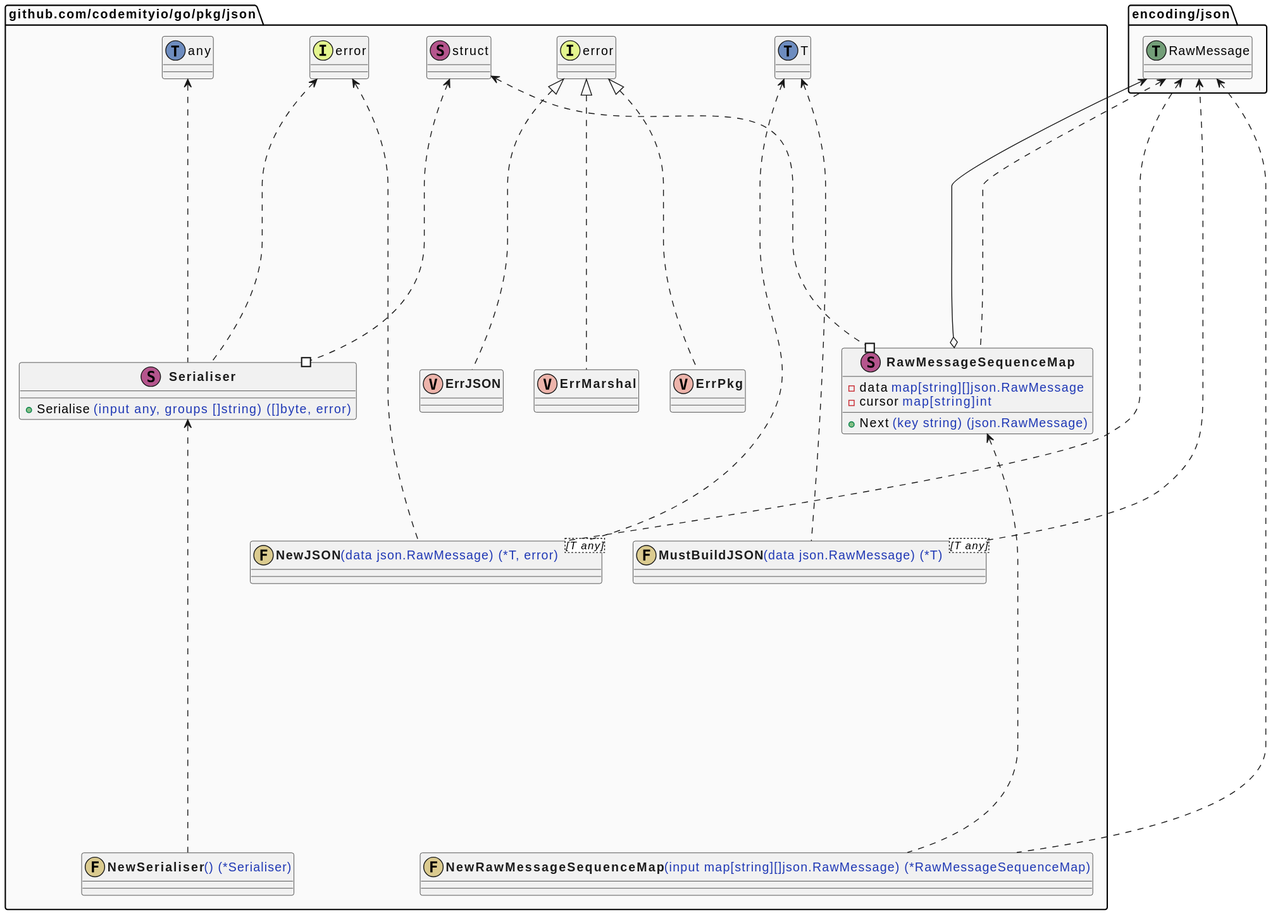
This is pkg/json/graph.svg from codemityio/go, a PlantUML export, as it was before one commit.
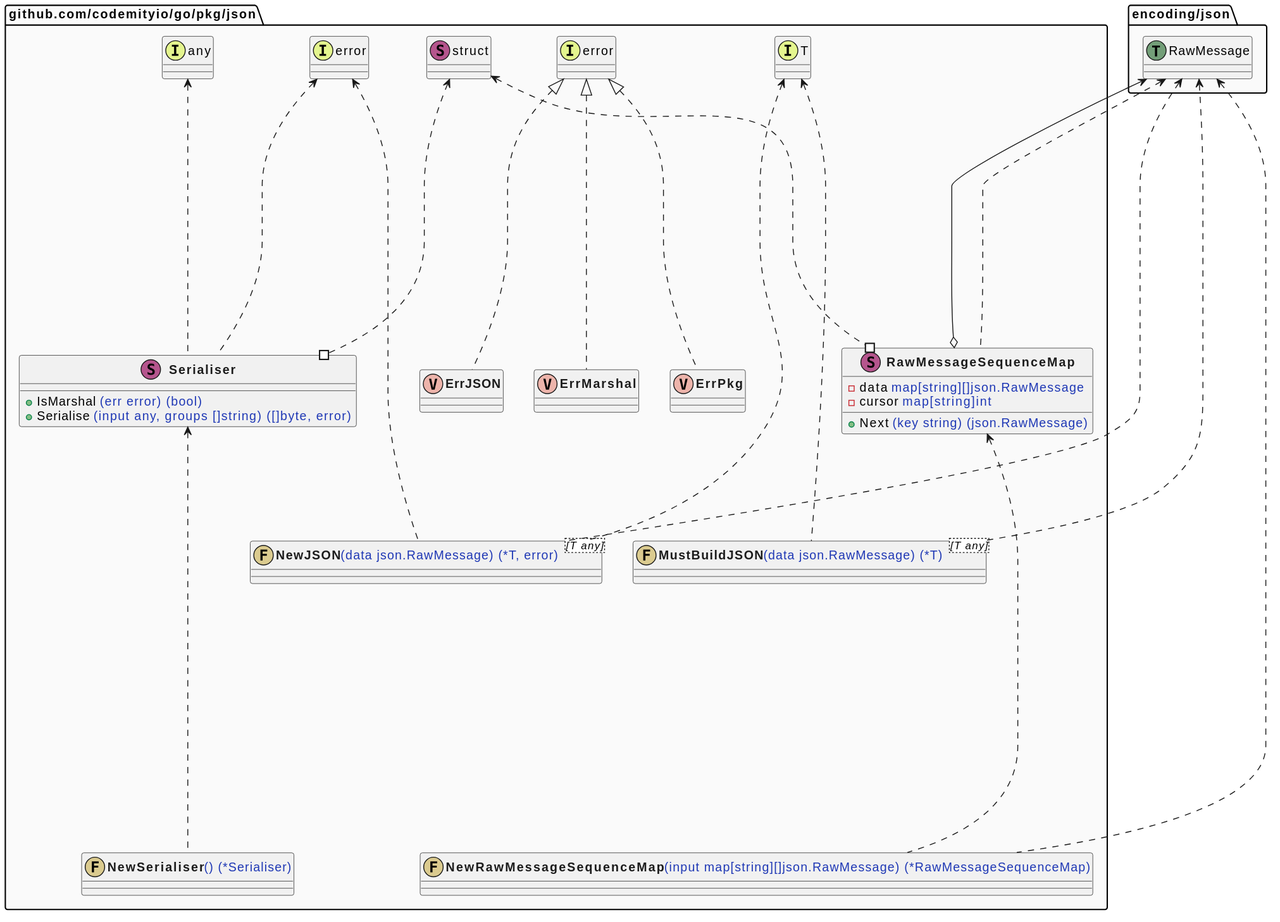
Above is the later version.

The edit, as a diff of the source:
```diff
@@ -12,6 +12,7 @@
         + Next <font color=#1f38b5>(key string) (json.RawMessage)</font>
     }
     class "<b><font color=#1c1c1c>Serialiser</font></b>" as github_com_codemityio_go_pkg_json_Serialiser << (S, #b5558d) >> {
+        + IsMarshal <font color=#1f38b5>(err error) (bool)</font>
         + Serialise <font color=#1f38b5>(input any, groups []string) ([]byte, error)</font>
     }
     class "<b><font color=#1c1c1c>ErrPkg</font></b>" as github_com_codemityio_go_pkg_json_ErrPkg << (V, #edb4ab) >> {}
@@ -31,7 +32,8 @@
         class "RawMessage" as encoding_json_RawMessage << (T, #739e78) >> {}
     }
     class "struct" as _struct << (S, #b5558d) >> {}
-    class "any" as _any << (T, #6d8cbf) >> {}
+    class "error" as _error << (I, #e4f58e) >> {}
+    class "any" as _any << (I, #e4f58e) >> {}
     class "error" as _error << (I, #e4f58e) >> {}
     class "error" as error << (I, #e4f58e) >> {}
     class "error" as error << (I, #e4f58e) >> {}
@@ -39,11 +41,11 @@
     package "encoding/json" as .encoding_json {
         class "RawMessage" as encoding_json_RawMessage << (T, #739e78) >> {}
     }
-    class "T" as github_com_codemityio_go_pkg_json_T << (T, #6d8cbf) >> {}
+    class "T" as github_com_codemityio_go_pkg_json_T << (I, #e4f58e) >> {}
     package "encoding/json" as .encoding_json {
         class "RawMessage" as encoding_json_RawMessage << (T, #739e78) >> {}
     }
-    class "T" as github_com_codemityio_go_pkg_json_T << (T, #6d8cbf) >> {}
+    class "T" as github_com_codemityio_go_pkg_json_T << (I, #e4f58e) >> {}
     class "error" as _error << (I, #e4f58e) >> {}
     package "encoding/json" as .encoding_json {
         class "RawMessage" as encoding_json_RawMessage << (T, #739e78) >> {}
@@ -54,8 +56,8 @@
     github_com_codemityio_go_pkg_json_RawMessageSequenceMap o---up---> encoding_json_RawMessage
     github_com_codemityio_go_pkg_json_RawMessageSequenceMap ...up...> encoding_json_RawMessage
     github_com_codemityio_go_pkg_json_Serialiser #...up...> _struct
+    github_com_codemityio_go_pkg_json_Serialiser ...up...> _error
     github_com_codemityio_go_pkg_json_Serialiser ...up...> _any
-    github_com_codemityio_go_pkg_json_Serialiser ...up...> _error
     github_com_codemityio_go_pkg_json_ErrPkg ...up...|> error
     github_com_codemityio_go_pkg_json_ErrJSON ...up...|> error
     github_com_codemityio_go_pkg_json_ErrMarshal ...up...|> error
```
